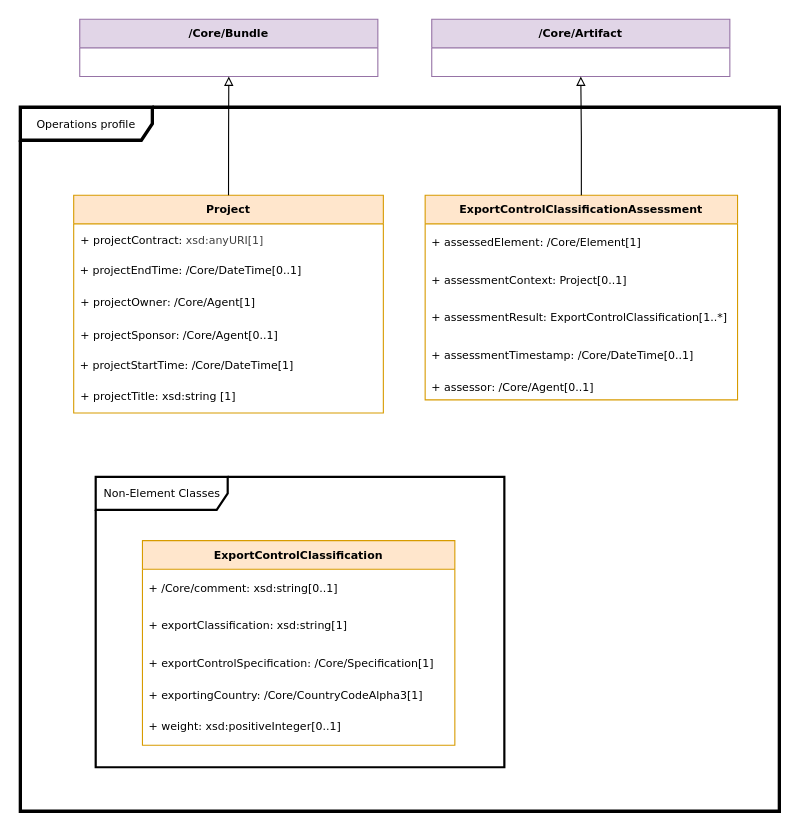
spdx/spdx-3-model keeps this draw.io diagram as page "Operations" (12 of 13) of docs/model.drawio. Above is the earlier version. Source tidied: cells renumbered, new cells numbered last; positions are measured from the earlier drawing's top-left corner, leaving out a move shared by most shapes. Both pictures are drawn from the tidied source at 110%, with x=0, y=0 at pixel (20, 19).
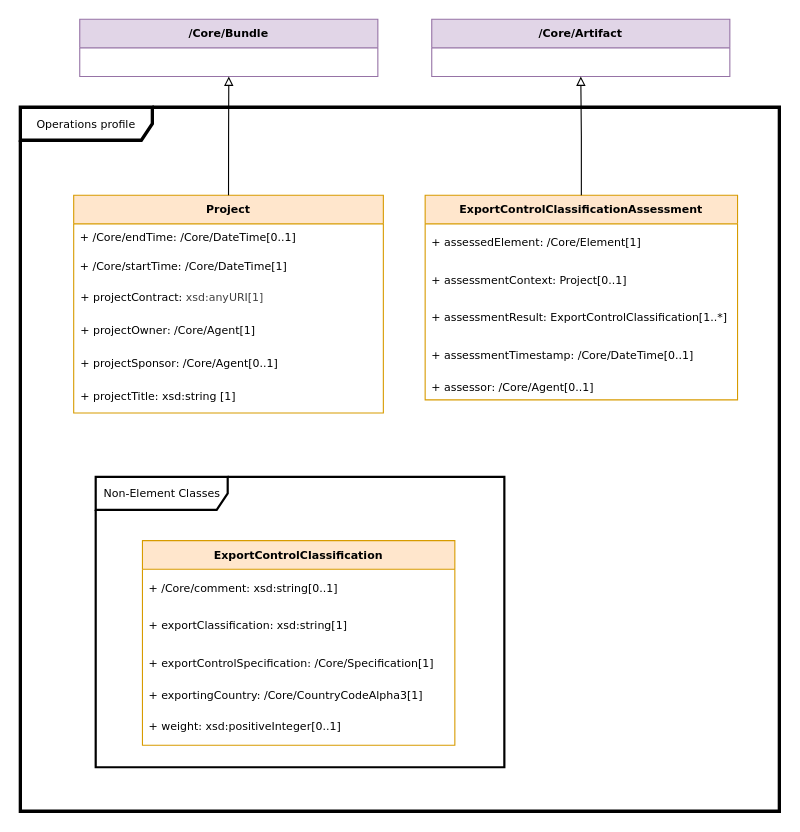
Above is the later version.

Commit message (it also covers changes not shown here):
Generalize startTime, endTime

Unchanged cells that the change refers to:
```xml
<mxCell id="10" value="Project" style="swimlane;fontStyle=1;horizontal=1;startSize=26;fillColor=#ffe6cc;strokeColor=#d79b00;fontFamily=Verdana;fontSize=10;" parent="1" vertex="1">
  <mxGeometry x="48.5" y="160" width="281.5" height="198" as="geometry" />
</mxCell>
```

Diff of the diagram source:
```diff
@@
+    <mxCell id="12" value="+ /Core/endTime: /Core/DateTime[0..1]" style="text;strokeColor=none;fillColor=none;align=left;verticalAlign=top;spacingLeft=4;spacingRight=4;overflow=hidden;fontFamily=Verdana;fontSize=10;" parent="10" vertex="1">
+      <mxGeometry y="26" width="281.5" height="26" as="geometry" />
+    </mxCell>
+    <mxCell id="15" value="+ /Core/startTime: /Core/DateTime[1]" style="text;strokeColor=none;fillColor=none;align=left;verticalAlign=top;spacingLeft=4;spacingRight=4;overflow=hidden;fontFamily=Verdana;fontSize=10;" parent="10" vertex="1">
+      <mxGeometry y="52" width="281.5" height="26" as="geometry" />
+    </mxCell>
     <mxCell id="11" value="&lt;div&gt;&lt;span&gt;+ projectContract:&amp;nbsp;&lt;span style=&quot;background-color: transparent; color: light-dark(rgb(63, 63, 63), rgb(255, 255, 255));&quot;&gt;xsd:anyURI[1]&lt;/span&gt;&lt;/span&gt;&lt;/div&gt;" style="text;strokeColor=none;fillColor=none;align=left;verticalAlign=middle;spacingLeft=4;spacingRight=4;overflow=hidden;whiteSpace=wrap;html=1;fontFamily=Verdana;fontSize=10;" parent="10" vertex="1">
-      <mxGeometry y="26" width="281.5" height="30" as="geometry" />
+      <mxGeometry y="78" width="281.5" height="30" as="geometry" />
     </mxCell>
-    <mxCell id="12" value="+ projectEndTime: /Core/DateTime[0..1]" style="text;strokeColor=none;fillColor=none;align=left;verticalAlign=top;spacingLeft=4;spacingRight=4;overflow=hidden;fontFamily=Verdana;fontSize=10;" parent="10" vertex="1">
-      <mxGeometry y="56" width="281.5" height="26" as="geometry" />
-    </mxCell>
     <mxCell id="13" value="&lt;div&gt;+ projectOwner: /Core/Agent[1]&lt;/div&gt;" style="text;strokeColor=none;fillColor=none;align=left;verticalAlign=middle;spacingLeft=4;spacingRight=4;overflow=hidden;whiteSpace=wrap;html=1;fontFamily=Verdana;fontSize=10;" parent="10" vertex="1">
-      <mxGeometry y="82" width="281.5" height="30" as="geometry" />
+      <mxGeometry y="108" width="281.5" height="30" as="geometry" />
     </mxCell>
     <mxCell id="14" value="&lt;div&gt;+ projectSponsor: /Core/Agent[0..1]&lt;/div&gt;" style="text;strokeColor=none;fillColor=none;align=left;verticalAlign=middle;spacingLeft=4;spacingRight=4;overflow=hidden;whiteSpace=wrap;html=1;fontFamily=Verdana;fontSize=10;" parent="10" vertex="1">
-      <mxGeometry y="112" width="281.5" height="30" as="geometry" />
+      <mxGeometry y="138" width="281.5" height="30" as="geometry" />
     </mxCell>
-    <mxCell id="15" value="+ projectStartTime: /Core/DateTime[1]" style="text;strokeColor=none;fillColor=none;align=left;verticalAlign=top;spacingLeft=4;spacingRight=4;overflow=hidden;fontFamily=Verdana;fontSize=10;" parent="10" vertex="1">
-      <mxGeometry y="142" width="281.5" height="26" as="geometry" />
-    </mxCell>
```
